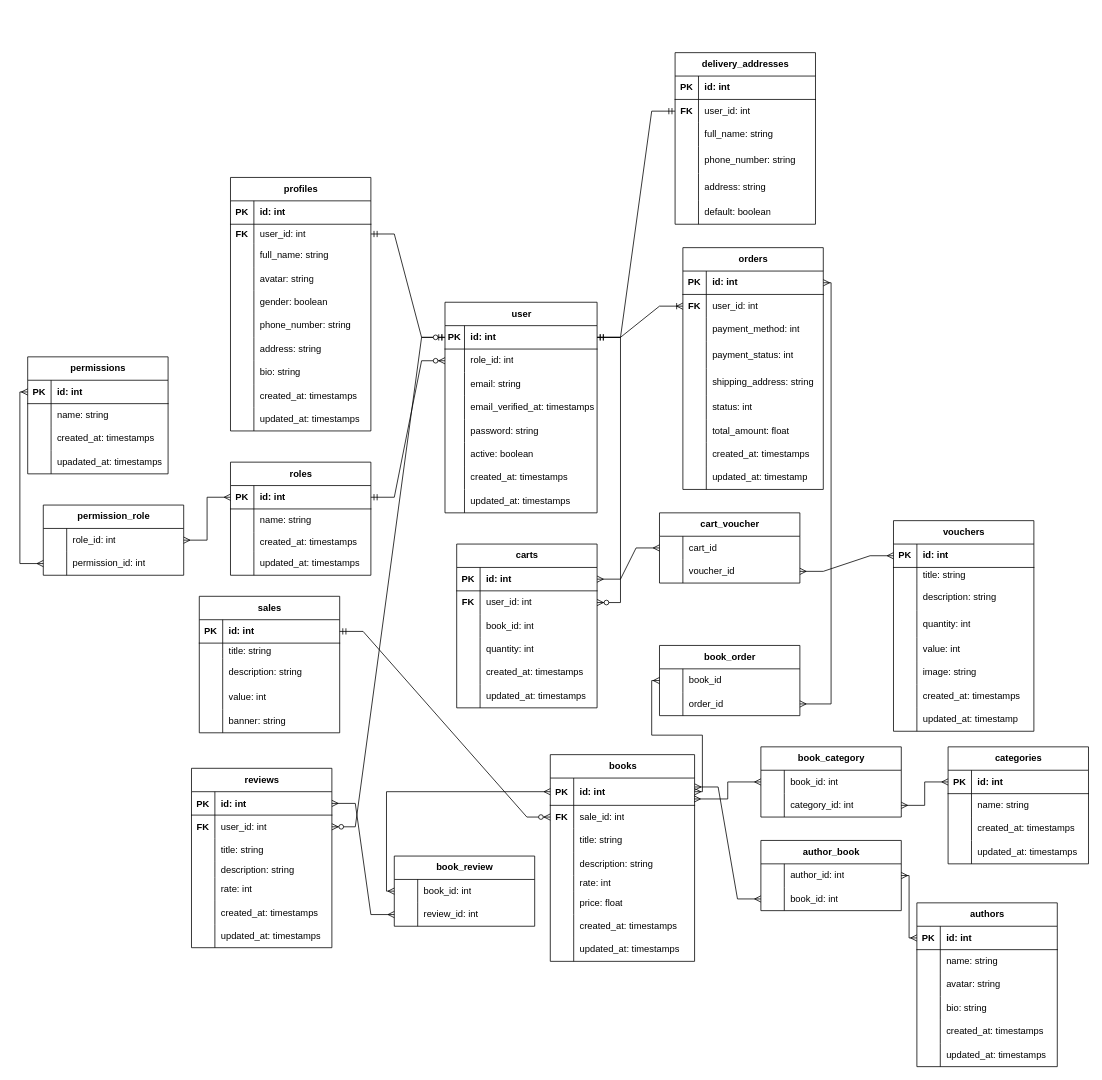
This is public/Thiết kế ERD.drawio from tcquan-dev/demo, a draw.io file, before an edit. Source tidied: cells renumbered, new cells numbered last; positions are measured from the earlier drawing's top-left corner, leaving out a move shared by most shapes. Both pictures are drawn from the tidied source at 78%, with x=0, y=0 at pixel (27, 52).
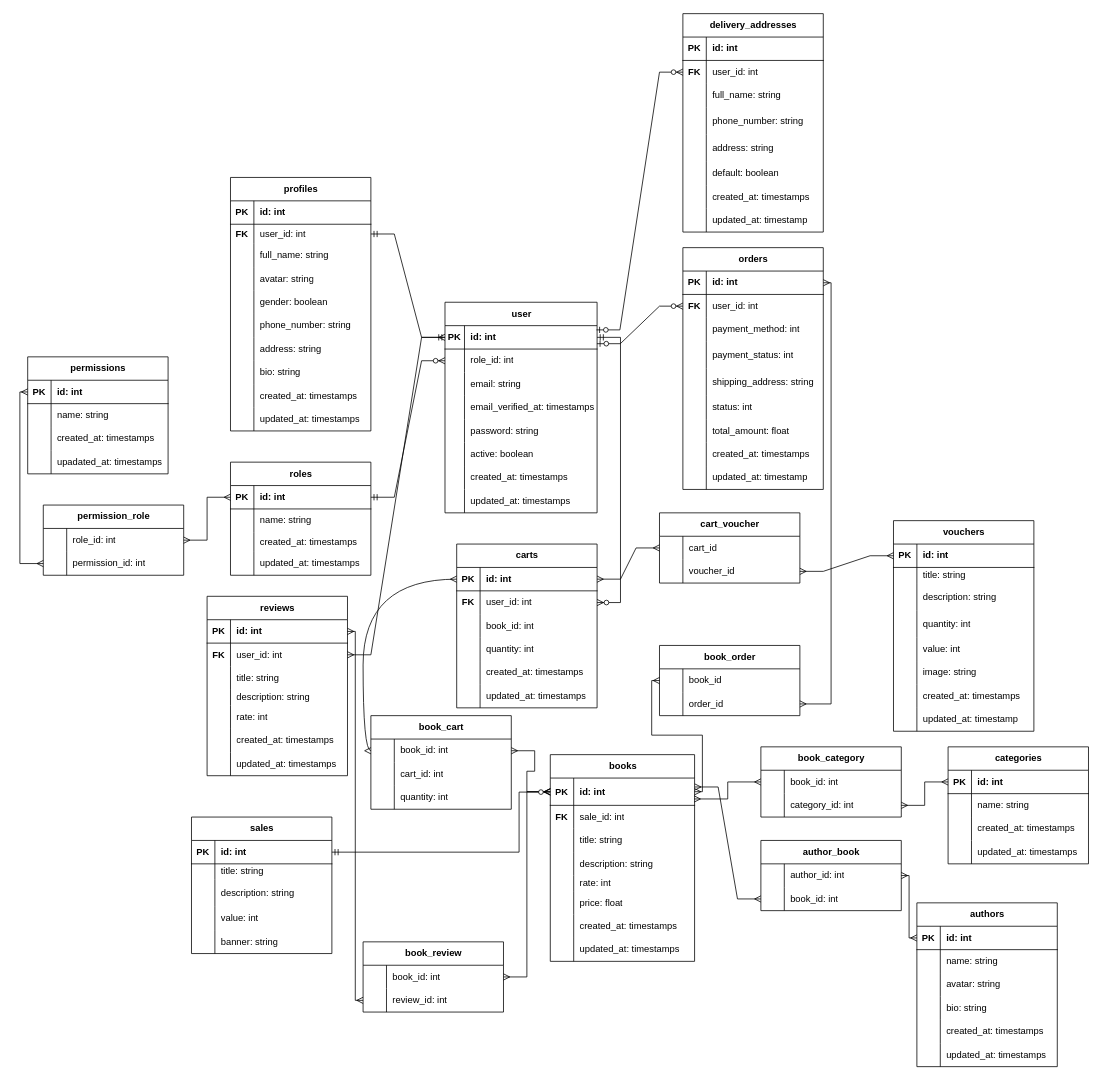
The same page after the edit.

Commit message:
Cập nhật Thiết kế ERD.drawio

Unchanged cells that the change refers to:
```xml
<mxCell id="3" style="shape=tableRow;horizontal=0;startSize=0;swimlaneHead=0;swimlaneBody=0;fillColor=none;points=[[0,0.5],[1,0.5]];portConstraint=eastwest;top=0;left=0;right=0;bottom=1;" parent="2" vertex="1">
  <mxGeometry y="30" width="195" height="30" as="geometry" />
</mxCell>
<mxCell id="117" style="shape=tableRow;horizontal=0;startSize=0;swimlaneHead=0;swimlaneBody=0;fillColor=none;points=[[0,0.5],[1,0.5]];portConstraint=eastwest;top=0;left=0;right=0;bottom=1;" parent="116" vertex="1">
  <mxGeometry y="30" width="185" height="35" as="geometry" />
</mxCell>
<mxCell id="120" style="shape=tableRow;horizontal=0;startSize=0;swimlaneHead=0;swimlaneBody=0;fillColor=none;points=[[0,0.5],[1,0.5]];portConstraint=eastwest;top=0;left=0;right=0;bottom=0;" parent="116" vertex="1">
  <mxGeometry y="65" width="185" height="30" as="geometry" />
</mxCell>
<mxCell id="142" style="shape=tableRow;horizontal=0;startSize=0;swimlaneHead=0;swimlaneBody=0;fillColor=none;points=[[0,0.5],[1,0.5]];portConstraint=eastwest;top=0;left=0;right=0;bottom=1;" parent="141" vertex="1">
  <mxGeometry y="30" width="180" height="30" as="geometry" />
</mxCell>
<mxCell id="158" style="shape=tableRow;horizontal=0;startSize=0;swimlaneHead=0;swimlaneBody=0;fillColor=none;points=[[0,0.5],[1,0.5]];portConstraint=eastwest;top=0;left=0;right=0;bottom=1;" parent="157" vertex="1">
  <mxGeometry y="30" width="180" height="30" as="geometry" />
</mxCell>
<mxCell id="161" style="shape=tableRow;horizontal=0;startSize=0;swimlaneHead=0;swimlaneBody=0;fillColor=none;points=[[0,0.5],[1,0.5]];portConstraint=eastwest;top=0;left=0;right=0;bottom=0;" parent="157" vertex="1">
  <mxGeometry y="60" width="180" height="30" as="geometry" />
</mxCell>
<mxCell id="205" style="shape=tableRow;horizontal=0;startSize=0;swimlaneHead=0;swimlaneBody=0;fillColor=none;points=[[0,0.5],[1,0.5]];portConstraint=eastwest;top=0;left=0;right=0;bottom=1;" parent="204" vertex="1">
  <mxGeometry y="30" width="180" height="30" as="geometry" />
</mxCell>
<mxCell id="227" style="shape=tableRow;horizontal=0;startSize=0;swimlaneHead=0;swimlaneBody=0;fillColor=none;points=[[0,0.5],[1,0.5]];portConstraint=eastwest;top=0;left=0;right=0;bottom=0;" parent="223" vertex="1">
  <mxGeometry y="60" width="180" height="30" as="geometry" />
</mxCell>
<mxCell id="255" style="shape=tableRow;horizontal=0;startSize=0;swimlaneHead=0;swimlaneBody=0;fillColor=none;points=[[0,0.5],[1,0.5]];portConstraint=eastwest;top=0;left=0;right=0;bottom=0;" parent="251" vertex="1">
  <mxGeometry y="60" width="180" height="30" as="geometry" />
</mxCell>
<mxCell id="294" style="shape=tableRow;horizontal=0;startSize=0;swimlaneHead=0;swimlaneBody=0;fillColor=none;points=[[0,0.5],[1,0.5]];portConstraint=eastwest;top=0;left=0;right=0;bottom=0;" parent="293" vertex="1">
  <mxGeometry y="30" width="180" height="30" as="geometry" />
</mxCell>
<mxCell id="297" style="shape=tableRow;horizontal=0;startSize=0;swimlaneHead=0;swimlaneBody=0;fillColor=none;points=[[0,0.5],[1,0.5]];portConstraint=eastwest;top=0;left=0;right=0;bottom=0;" parent="293" vertex="1">
  <mxGeometry y="60" width="180" height="30" as="geometry" />
</mxCell>
```

The edit, as a diff of the source:
```diff
@@
     <mxCell id="141" value="sales" style="shape=table;startSize=30;childLayout=tableLayout;rowLines=0;fontStyle=1;align=center;html=1;" parent="1" vertex="1">
-      <mxGeometry x="220" y="697" width="180" height="175" as="geometry" />
+      <mxGeometry x="210" y="980" width="180" height="175" as="geometry" />
     </mxCell>
@@
     <mxCell id="157" value="reviews" style="shape=table;startSize=30;childLayout=tableLayout;rowLines=0;fontStyle=1;align=center;html=1;" parent="1" vertex="1">
-      <mxGeometry x="210" y="917.5" width="180" height="230" as="geometry" />
+      <mxGeometry x="230" y="697" width="180" height="230" as="geometry" />
     </mxCell>
@@
     <mxCell id="251" value="delivery_addresses" style="shape=table;startSize=30;childLayout=tableLayout;rowLines=0;fontStyle=1;align=center;html=1;" parent="1" vertex="1">
-      <mxGeometry x="830" width="180" height="220" as="geometry" />
+      <mxGeometry x="840" y="-50" width="180" height="280" as="geometry" />
     </mxCell>
@@
+    <mxCell id="331" style="shape=tableRow;horizontal=0;startSize=0;swimlaneHead=0;swimlaneBody=0;fillColor=none;top=0;left=0;right=0;bottom=0;" parent="251" vertex="1">
+      <mxGeometry y="190" width="180" height="30" as="geometry" />
+    </mxCell>
+    <mxCell id="332" style="shape=partialRectangle;fillColor=none;top=0;left=0;bottom=0;right=0;overflow=hidden;whiteSpace=wrap;html=1;" parent="331" vertex="1">
+      <mxGeometry width="30" height="30" as="geometry" />
+    </mxCell>
+    <mxCell id="333" value="default: boolean" style="shape=partialRectangle;fillColor=none;top=0;left=0;bottom=0;right=0;align=left;spacingLeft=6;overflow=hidden;whiteSpace=wrap;html=1;" parent="331" vertex="1">
+      <mxGeometry x="30" width="150" height="30" as="geometry" />
+    </mxCell>
+    <mxCell id="334" style="shape=tableRow;horizontal=0;startSize=0;swimlaneHead=0;swimlaneBody=0;fillColor=none;top=0;left=0;right=0;bottom=0;" parent="251" vertex="1">
+      <mxGeometry y="220" width="180" height="30" as="geometry" />
+    </mxCell>
+    <mxCell id="335" style="shape=partialRectangle;fillColor=none;top=0;left=0;bottom=0;right=0;overflow=hidden;whiteSpace=wrap;html=1;" parent="334" vertex="1">
+      <mxGeometry width="30" height="30" as="geometry" />
+    </mxCell>
+    <mxCell id="336" value="created_at: timestamps" style="shape=partialRectangle;fillColor=none;top=0;left=0;bottom=0;right=0;align=left;spacingLeft=6;overflow=hidden;whiteSpace=wrap;html=1;" parent="334" vertex="1">
+      <mxGeometry x="30" width="150" height="30" as="geometry" />
+    </mxCell>
     <mxCell id="267" style="shape=tableRow;horizontal=0;startSize=0;swimlaneHead=0;swimlaneBody=0;fillColor=none;top=0;left=0;right=0;bottom=0;" parent="251" vertex="1">
-      <mxGeometry y="190" width="180" height="30" as="geometry" />
+      <mxGeometry y="250" width="180" height="30" as="geometry" />
     </mxCell>
@@
-    <mxCell id="269" value="default: boolean" style="shape=partialRectangle;fillColor=none;top=0;left=0;bottom=0;right=0;align=left;spacingLeft=6;overflow=hidden;whiteSpace=wrap;html=1;" parent="267" vertex="1">
+    <mxCell id="269" value="updated_at: timestamp" style="shape=partialRectangle;fillColor=none;top=0;left=0;bottom=0;right=0;align=left;spacingLeft=6;overflow=hidden;whiteSpace=wrap;html=1;" parent="267" vertex="1">
       <mxGeometry x="30" width="150" height="30" as="geometry" />
     </mxCell>
@@
-    <mxCell id="281" style="edgeStyle=entityRelationEdgeStyle;fontSize=12;html=1;endArrow=ERmandOne;startArrow=ERmandOne;rounded=0;exitX=1;exitY=0.5;exitDx=0;exitDy=0;" parent="1" edge="1" source="3" target="255">
-      <mxGeometry relative="1" as="geometry" />
-    </mxCell>
@@
-    <mxCell id="292" style="edgeStyle=entityRelationEdgeStyle;fontSize=12;html=1;endArrow=ERzeroToMany;startArrow=ERmandOne;rounded=0;exitX=1;exitY=0.5;exitDx=0;exitDy=0;entryX=0;entryY=0.5;entryDx=0;entryDy=0;" parent="1" edge="1" source="142" target="120">
-      <mxGeometry relative="1" as="geometry" />
-    </mxCell>
     <mxCell id="293" value="book_review" style="shape=table;startSize=30;childLayout=tableLayout;rowLines=0;fontStyle=1;align=center;html=1;" parent="1" vertex="1">
-      <mxGeometry x="470" y="1030" width="180" height="90" as="geometry" />
+      <mxGeometry x="430" y="1140" width="180" height="90" as="geometry" />
     </mxCell>
@@
-    <mxCell id="300" style="edgeStyle=entityRelationEdgeStyle;fontSize=12;html=1;endArrow=ERmany;startArrow=ERmany;rounded=0;entryX=0;entryY=0.5;entryDx=0;entryDy=0;" parent="1" edge="1" source="158" target="297">
+    <mxCell id="300" style="edgeStyle=orthogonalEdgeStyle;fontSize=12;html=1;endArrow=ERmany;startArrow=ERmany;rounded=0;entryX=0;entryY=0.5;entryDx=0;entryDy=0;" parent="1" edge="1" source="158" target="297">
       <mxGeometry relative="1" as="geometry" />
     </mxCell>
-    <mxCell id="301" style="edgeStyle=orthogonalEdgeStyle;fontSize=12;html=1;endArrow=ERmany;startArrow=ERmany;rounded=0;entryX=0;entryY=0.5;entryDx=0;entryDy=0;exitX=0;exitY=0.5;exitDx=0;exitDy=0;" parent="1" edge="1" source="117" target="294">
+    <mxCell id="301" style="edgeStyle=orthogonalEdgeStyle;fontSize=12;html=1;endArrow=ERmany;startArrow=ERmany;rounded=0;entryX=1;entryY=0.5;entryDx=0;entryDy=0;exitX=0;exitY=0.5;exitDx=0;exitDy=0;" parent="1" edge="1" source="117" target="294">
       <mxGeometry relative="1" as="geometry" />
     </mxCell>
-    <mxCell id="302" style="edgeStyle=entityRelationEdgeStyle;fontSize=12;html=1;endArrow=ERzeroToMany;startArrow=ERzeroToOne;rounded=0;" parent="1" edge="1" source="3" target="161">
+    <mxCell id="302" style="edgeStyle=entityRelationEdgeStyle;fontSize=12;html=1;endArrow=ERmany;startArrow=ERmany;rounded=0;" parent="1" edge="1" source="3" target="161">
       <mxGeometry relative="1" as="geometry" />
     </mxCell>
@@
-    <mxCell id="321" style="edgeStyle=entityRelationEdgeStyle;fontSize=12;html=1;endArrow=ERoneToMany;rounded=0;" parent="1" edge="1" source="3" target="227">
-      <mxGeometry relative="1" as="geometry" />
-    </mxCell>
@@
+    <mxCell id="281" style="edgeStyle=entityRelationEdgeStyle;fontSize=12;html=1;endArrow=ERzeroToMany;startArrow=ERzeroToOne;rounded=0;exitX=0.996;exitY=0.181;exitDx=0;exitDy=0;exitPerimeter=0;" parent="1" edge="1" source="3" target="255">
+      <mxGeometry relative="1" as="geometry" />
+    </mxCell>
+    <mxCell id="321" style="edgeStyle=entityRelationEdgeStyle;fontSize=12;html=1;endArrow=ERzeroToMany;startArrow=ERzeroToOne;rounded=0;exitX=0.999;exitY=0.771;exitDx=0;exitDy=0;exitPerimeter=0;entryX=0;entryY=0.5;entryDx=0;entryDy=0;" parent="1" edge="1" source="3" target="227">
+      <mxGeometry relative="1" as="geometry" />
+    </mxCell>
+    <mxCell id="337" value="book_cart" style="shape=table;startSize=30;childLayout=tableLayout;rowLines=0;fontStyle=1;align=center;html=1;" parent="1" vertex="1">
+      <mxGeometry x="440" y="850" width="180" height="120" as="geometry" />
+    </mxCell>
+    <mxCell id="338" style="shape=tableRow;horizontal=0;startSize=0;swimlaneHead=0;swimlaneBody=0;fillColor=none;points=[[0,0.5],[1,0.5]];portConstraint=eastwest;top=0;left=0;right=0;bottom=0;" parent="337" vertex="1">
+      <mxGeometry y="30" width="180" height="30" as="geometry" />
+    </mxCell>
+    <mxCell id="339" style="shape=partialRectangle;fillColor=none;top=0;left=0;bottom=0;right=0;overflow=hidden;whiteSpace=wrap;html=1;" parent="338" vertex="1">
+      <mxGeometry width="30" height="30" as="geometry" />
+    </mxCell>
+    <mxCell id="340" value="book_id: int" style="shape=partialRectangle;fillColor=none;top=0;left=0;bottom=0;right=0;align=left;spacingLeft=6;overflow=hidden;whiteSpace=wrap;html=1;" parent="338" vertex="1">
+      <mxGeometry x="30" width="150" height="30" as="geometry" />
+    </mxCell>
+    <mxCell id="341" style="shape=tableRow;horizontal=0;startSize=0;swimlaneHead=0;swimlaneBody=0;fillColor=none;top=0;left=0;right=0;bottom=0;" parent="337" vertex="1">
+      <mxGeometry y="60" width="180" height="30" as="geometry" />
+    </mxCell>
+    <mxCell id="342" style="shape=partialRectangle;fillColor=none;top=0;left=0;bottom=0;right=0;overflow=hidden;whiteSpace=wrap;html=1;" parent="341" vertex="1">
+      <mxGeometry width="30" height="30" as="geometry" />
+    </mxCell>
+    <mxCell id="343" value="cart_id: int" style="shape=partialRectangle;fillColor=none;top=0;left=0;bottom=0;right=0;align=left;spacingLeft=6;overflow=hidden;whiteSpace=wrap;html=1;" parent="341" vertex="1">
+      <mxGeometry x="30" width="150" height="30" as="geometry" />
+    </mxCell>
+    <mxCell id="344" style="shape=tableRow;horizontal=0;startSize=0;swimlaneHead=0;swimlaneBody=0;fillColor=none;top=0;left=0;right=0;bottom=0;" parent="337" vertex="1">
+      <mxGeometry y="90" width="180" height="30" as="geometry" />
+    </mxCell>
+    <mxCell id="345" style="shape=partialRectangle;fillColor=none;top=0;left=0;bottom=0;right=0;overflow=hidden;whiteSpace=wrap;html=1;" parent="344" vertex="1">
+      <mxGeometry width="30" height="30" as="geometry" />
+    </mxCell>
+    <mxCell id="346" value="quantity: int" style="shape=partialRectangle;fillColor=none;top=0;left=0;bottom=0;right=0;align=left;spacingLeft=6;overflow=hidden;whiteSpace=wrap;html=1;" parent="344" vertex="1">
+      <mxGeometry x="30" width="150" height="30" as="geometry" />
+    </mxCell>
+    <mxCell id="347" style="edgeStyle=entityRelationEdgeStyle;fontSize=12;html=1;endArrow=ERmany;startArrow=ERmany;rounded=0;" parent="1" edge="1" source="338" target="117">
+      <mxGeometry relative="1" as="geometry" />
+    </mxCell>
+    <mxCell id="348" style="edgeStyle=orthogonalEdgeStyle;fontSize=12;html=1;endArrow=ERmany;startArrow=ERmany;rounded=0;exitX=0;exitY=0.5;exitDx=0;exitDy=0;elbow=vertical;curved=1;" parent="1" edge="1" source="338" target="205">
+      <mxGeometry relative="1" as="geometry" />
+    </mxCell>
+    <mxCell id="349" style="edgeStyle=orthogonalEdgeStyle;fontSize=12;html=1;endArrow=ERzeroToMany;startArrow=ERmandOne;rounded=0;" parent="1" edge="1" source="142" target="117">
+      <mxGeometry relative="1" as="geometry">
+        <Array as="points">
+          <mxPoint x="630" y="1025" />
+          <mxPoint x="630" y="948" />
+        </Array>
+      </mxGeometry>
+    </mxCell>
```
